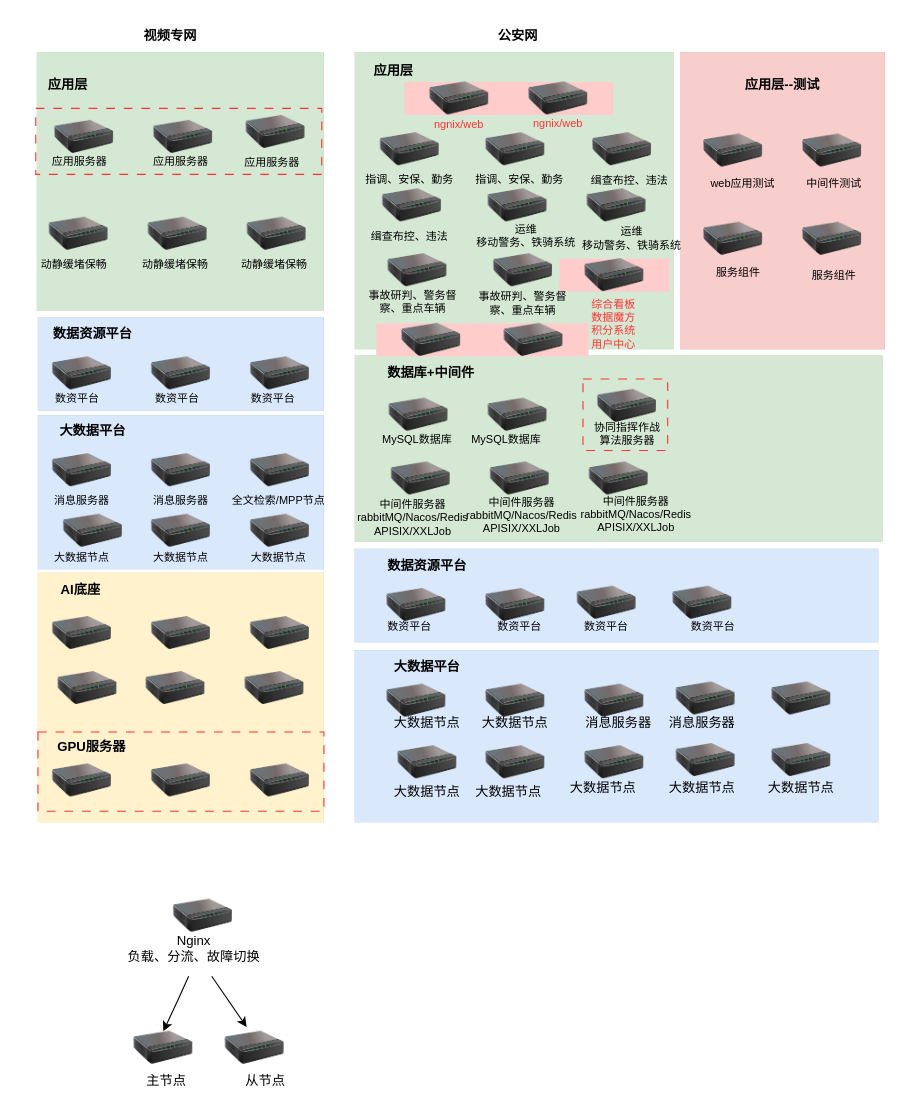
bj-ehualu/drawio keeps this draw.io diagram as page "第 1 页" (1 of 5) of 20230326.drawio. Above is the earlier version. Source tidied: cells renumbered, new cells numbered last; positions are measured from the earlier drawing's top-left corner, leaving out a move shared by most shapes. Both pictures are drawn from the tidied source at 110%, with x=0, y=0 at pixel (19, 19).
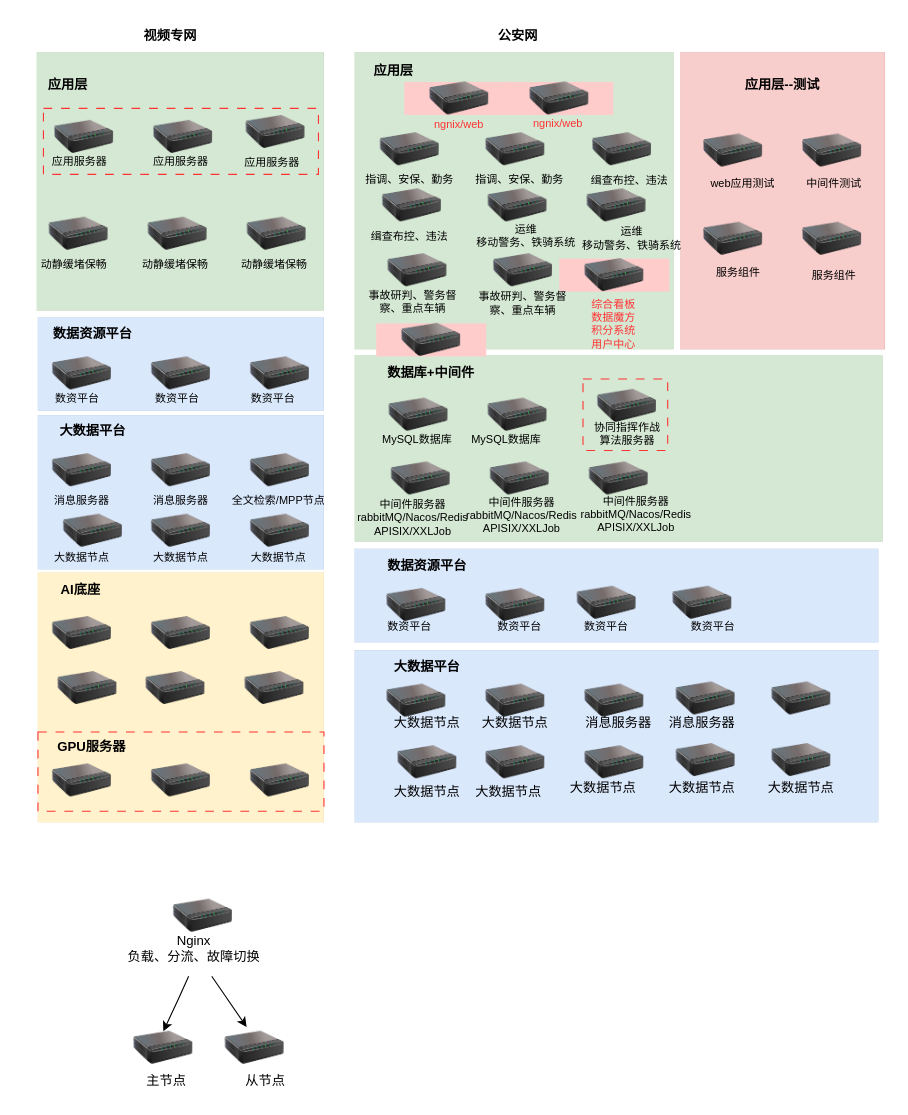
Above is the later version.

The edit, as a diff of the source:
```diff
@@
     <mxCell id="4" style="rounded=0;whiteSpace=wrap;html=1;dashed=1;dashPattern=8 8;strokeColor=#FF3333;fillColor=none;" parent="1" vertex="1">
-      <mxGeometry x="15" y="81" width="260" height="60" as="geometry" />
+      <mxGeometry x="22" y="81" width="250" height="60" as="geometry" />
     </mxCell>
@@
     <mxCell id="119" style="image;html=1;image=img/lib/clip_art/networking/Print_Server_128x128.png;fillColor=#d5e8d4;strokeColor=#82b366;imageBackground=#FFCCCC;" parent="1" vertex="1">
-      <mxGeometry x="440" y="57" width="100" height="30" as="geometry" />
+      <mxGeometry x="442" y="57" width="98" height="30" as="geometry" />
     </mxCell>
@@
-    <mxCell id="143" style="image;html=1;image=img/lib/clip_art/networking/Print_Server_128x128.png;fillColor=#d5e8d4;strokeColor=#82b366;imageBackground=#FFCCCC;" parent="1" vertex="1">
-      <mxGeometry x="417.5" y="276.5" width="100" height="30" as="geometry" />
-    </mxCell>
```
